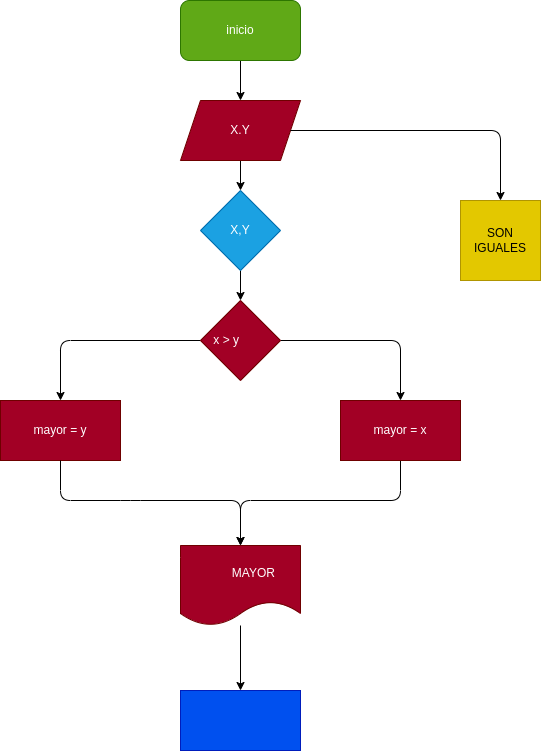
Before: diagrama.png, a diagram exported from draw.io (Chalarcanicolas/mayor_2enteros). Source tidied: cells renumbered, new cells last; positions are measured from the earlier drawing's top-left corner, leaving out a move shared by most shapes.
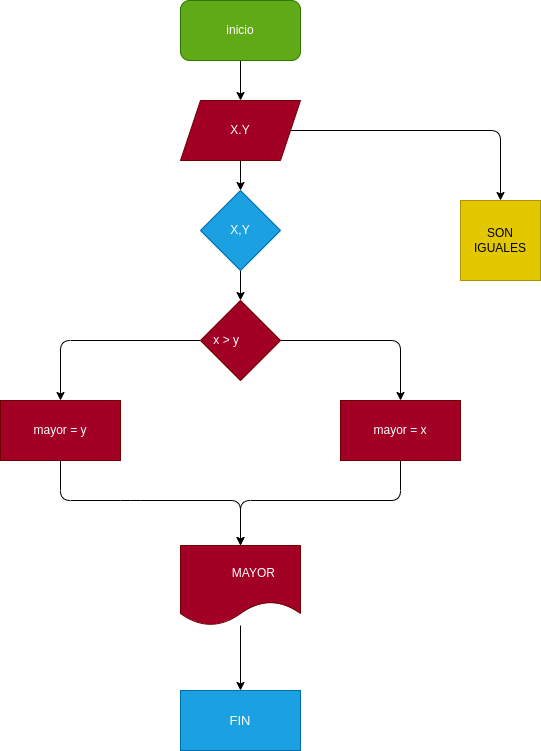
The same file after the commit.

The edit, as a diff of the source:
```diff
@@ -46,9 +46,9 @@
     <mxCell id="11" value="mayor = x" style="whiteSpace=wrap;html=1;fillColor=#a20025;strokeColor=#6F0000;fontColor=#ffffff;" parent="1" vertex="1">
       <mxGeometry x="340" y="400" width="120" height="60" as="geometry" />
     </mxCell>
-    <mxCell id="12" style="edgeStyle=none;html=1;" parent="1" edge="1" source="13" target="15">
-      <mxGeometry relative="1" as="geometry" />
-    </mxCell>
+    <mxCell id="20" style="edgeStyle=none;html=1;fontSize=13;" parent="1" edge="1" source="13" target="21">
+      <mxGeometry relative="1" as="geometry" />
+    </mxCell>
     <mxCell id="13" value="&lt;span style=&quot;white-space: pre;&quot;&gt;&#9;&lt;/span&gt;MAYOR" style="shape=document;whiteSpace=wrap;html=1;boundedLbl=1;fillColor=#a20025;strokeColor=#6F0000;fontColor=#ffffff;" parent="1" vertex="1">
       <mxGeometry x="180" y="545" width="120" height="80" as="geometry" />
     </mxCell>
@@ -61,9 +61,6 @@
         </Array>
       </mxGeometry>
     </mxCell>
-    <mxCell id="15" style="rounded=0;whiteSpace=wrap;html=1;fillColor=#0050ef;fontColor=#ffffff;strokeColor=#001DBC;" parent="1" vertex="1">
-      <mxGeometry x="180" y="690" width="120" height="60" as="geometry" />
-    </mxCell>
     <mxCell id="16" style="edgeStyle=none;html=1;" parent="1" edge="1" source="17" target="8">
       <mxGeometry relative="1" as="geometry" />
     </mxCell>
@@ -80,5 +77,8 @@
         </Array>
       </mxGeometry>
     </mxCell>
+    <mxCell id="21" value="FIN" style="rounded=0;whiteSpace=wrap;html=1;fontSize=13;fillColor=#1ba1e2;strokeColor=#006EAF;fontColor=#ffffff;" parent="1" vertex="1">
+      <mxGeometry x="180" y="690" width="120" height="60" as="geometry" />
+    </mxCell>
   </root>
 </mxGraphModel>
```
